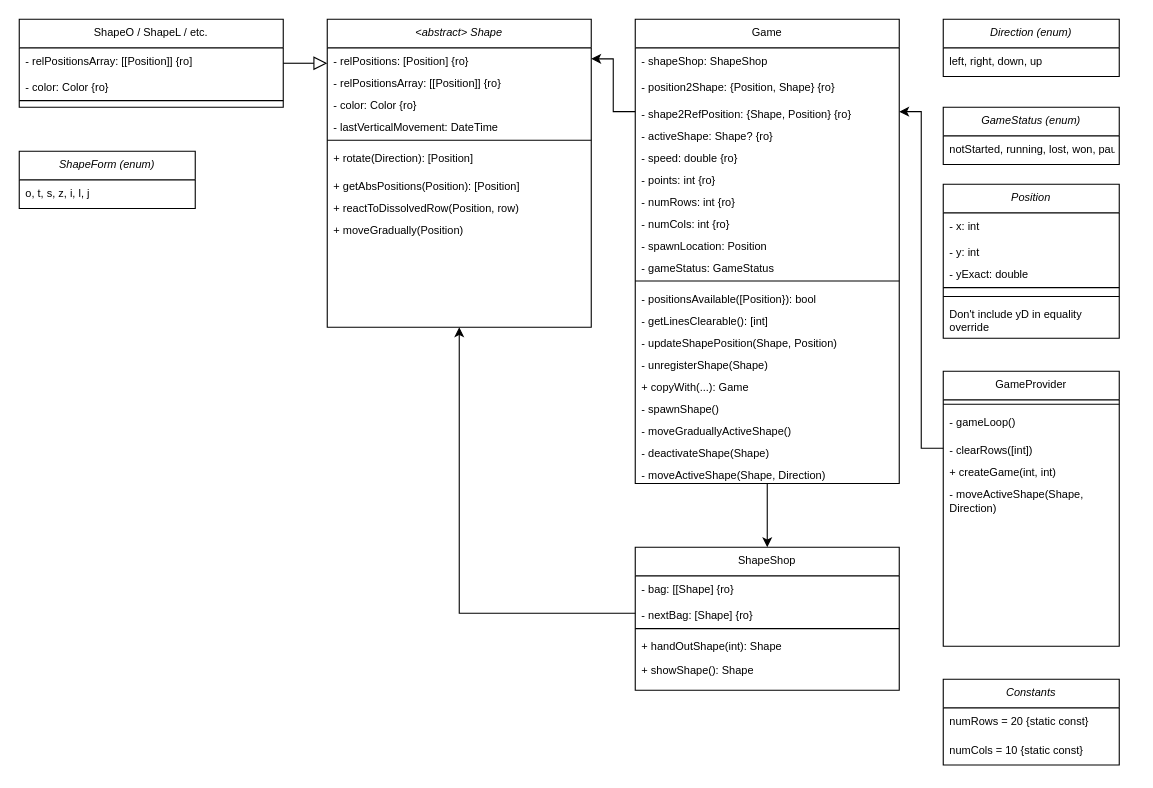
AUSoft-Kassel/tetris keeps this draw.io diagram as lib/documentation/classes.drawio. Above is the earlier version. Source tidied: cells renumbered, new cells numbered last; positions are measured from the earlier drawing's top-left corner, leaving out a move shared by most shapes. Both pictures are drawn from the tidied source at 110%, with x=0, y=0 at pixel (19, 19).
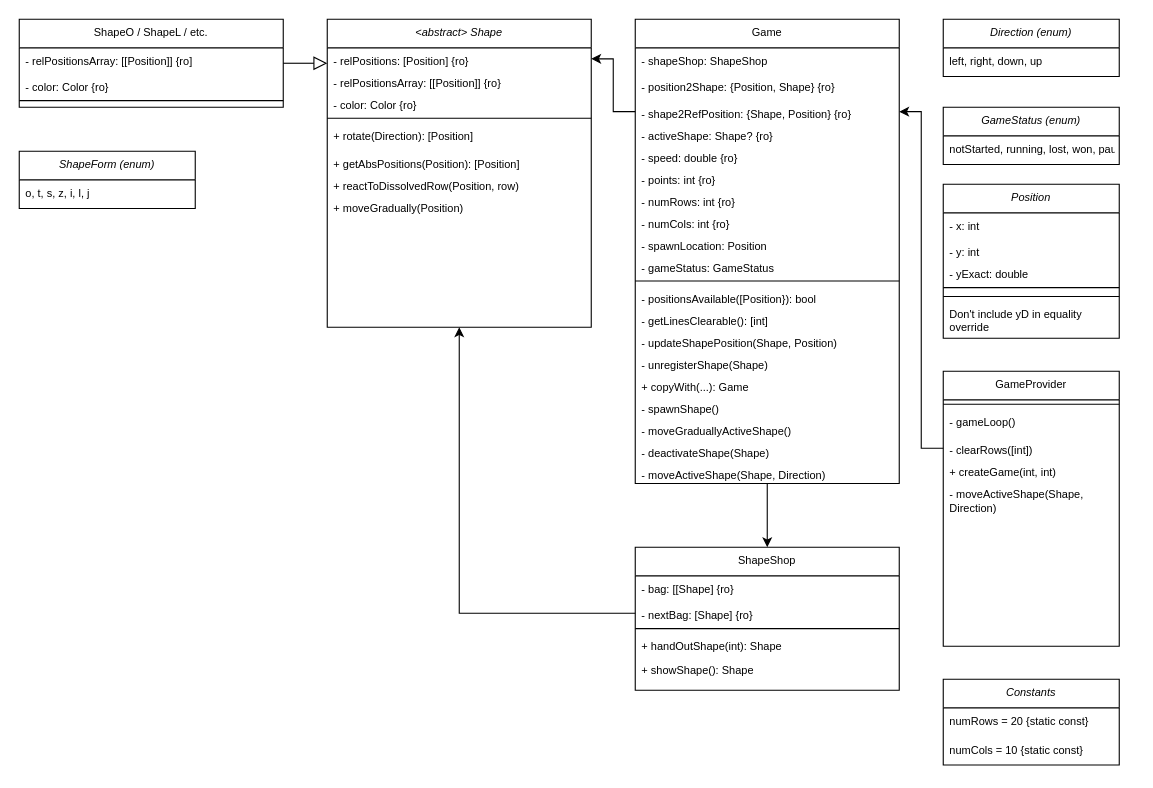
The same page after the edit.

The change refers to these unchanged cells:
```xml
<mxCell id="2" value="&lt;abstract&gt; Shape" style="swimlane;fontStyle=2;align=center;verticalAlign=top;horizontal=1;startSize=26;rounded=0;shadow=0;strokeWidth=1;fontSize=10;" parent="1" vertex="1">
  <mxGeometry x="280" width="240" height="280" as="geometry" />
</mxCell>
```

The edit, as a diff of the source:
```diff
@@
-    <mxCell id="6" value="- lastVerticalMovement: DateTime" style="text;align=left;verticalAlign=top;spacingLeft=4;spacingRight=4;overflow=hidden;fontSize=10;" parent="2" vertex="1">
-      <mxGeometry y="86" width="240" height="20" as="geometry" />
-    </mxCell>
     <mxCell id="7" style="line;html=1;strokeWidth=1;align=left;verticalAlign=middle;spacingTop=-1;spacingLeft=3;spacingRight=3;labelPosition=right;fontSize=10;" parent="2" vertex="1">
-      <mxGeometry y="106" width="240" height="8" as="geometry" />
+      <mxGeometry y="86" width="240" height="8" as="geometry" />
     </mxCell>
     <mxCell id="8" value="+ rotate(Direction): [Position]" style="text;align=left;verticalAlign=top;spacingLeft=4;spacingRight=4;overflow=hidden;fontSize=10;whiteSpace=wrap;" parent="2" vertex="1">
-      <mxGeometry y="114" width="240" height="26" as="geometry" />
+      <mxGeometry y="94" width="240" height="26" as="geometry" />
     </mxCell>
     <mxCell id="9" value="+ getAbsPositions(Position): [Position]" style="text;align=left;verticalAlign=top;spacingLeft=4;spacingRight=4;overflow=hidden;fontSize=10;" parent="2" vertex="1">
-      <mxGeometry y="140" width="240" height="20" as="geometry" />
+      <mxGeometry y="120" width="240" height="20" as="geometry" />
     </mxCell>
     <mxCell id="10" value="+ reactToDissolvedRow(Position, row)" style="text;align=left;verticalAlign=top;spacingLeft=4;spacingRight=4;overflow=hidden;fontSize=10;" parent="2" vertex="1">
-      <mxGeometry y="160" width="240" height="20" as="geometry" />
+      <mxGeometry y="140" width="240" height="20" as="geometry" />
     </mxCell>
     <mxCell id="11" value="+ moveGradually(Position)" style="text;align=left;verticalAlign=top;spacingLeft=4;spacingRight=4;overflow=hidden;fontSize=10;" parent="2" vertex="1">
-      <mxGeometry y="180" width="240" height="20" as="geometry" />
+      <mxGeometry y="160" width="240" height="20" as="geometry" />
     </mxCell>
```
